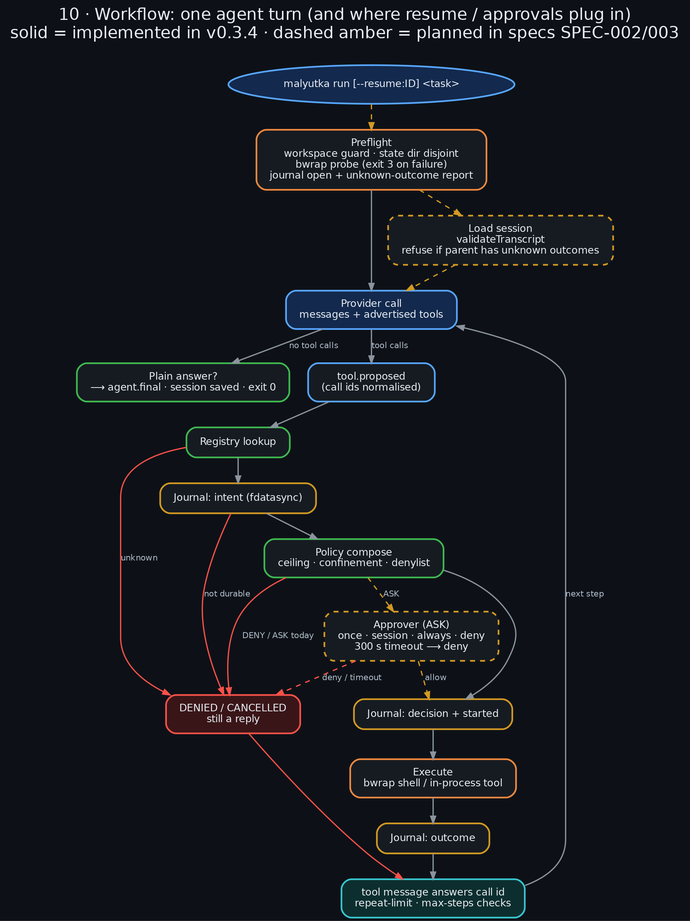
Earlier version of the Graphviz export docs/diagrams/10_workflow.png (danindiana/malyutka). Its source is kept beside it as docs/diagrams/10_workflow.dot.
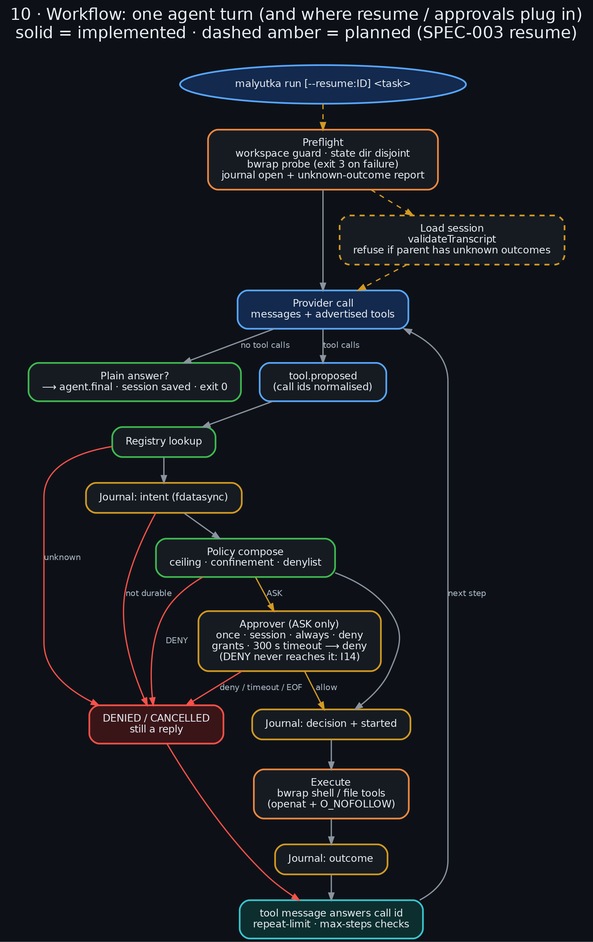
After the change.

The edit, as a diff of the source:
```diff
@@ -1,6 +1,6 @@
 digraph workflow {
     graph [bgcolor="#0d1117", fontname="Helvetica", fontcolor="#e6edf3", labelloc="t", fontsize=20, rankdir=TB,
-           label="10 · Workflow: one agent turn (and where resume / approvals plug in)\nsolid = implemented in v0.3.4 · dashed amber = planned in specs SPEC-002/003\n ", nodesep=0.3, ranksep=0.4];
+           label="10 · Workflow: one agent turn (and where resume / approvals plug in)\nsolid = implemented · dashed amber = planned (SPEC-003 resume)\n ", nodesep=0.3, ranksep=0.4];
     node  [fontname="Helvetica", fontcolor="#e6edf3", color="#30363d", style="filled,rounded", shape=box, penwidth=2, margin="0.22,0.14", fillcolor="#161b22", fontsize=12];
     edge  [color="#8b949e", fontname="Helvetica", fontcolor="#adbac7", penwidth=1.5, arrowsize=0.85, fontsize=10];
 
@@ -13,9 +13,9 @@
     reg [label="Registry lookup", color="#3fb950"];
     j1 [label="Journal: intent (fdatasync)", color="#d29922"];
     pol [label="Policy compose\nceiling · confinement · denylist", color="#3fb950"];
-    approver [label="Approver (ASK)\nonce · session · always · deny\n300 s timeout ⟶ deny", color="#d29922", style="filled,rounded,dashed"];
+    approver [label="Approver (ASK only)\nonce · session · always · deny\ngrants · 300 s timeout ⟶ deny\n(DENY never reaches it: I14)", color="#d29922"];
     j2 [label="Journal: decision + started", color="#d29922"];
-    exec [label="Execute\nbwrap shell / in-process tool", color="#f0883e"];
+    exec [label="Execute\nbwrap shell / file tools\n(openat + O_NOFOLLOW)", color="#f0883e"];
     j3 [label="Journal: outcome", color="#d29922"];
     obs [label="tool message answers call id\nrepeat-limit · max-steps checks", color="#39c5cf", fillcolor="#0d2e2e"];
     deny [label="DENIED / CANCELLED\nstill a reply", color="#f85149", fillcolor="#3a1518"];
@@ -27,11 +27,11 @@
     ask_model -> prop [label="tool calls"];
     prop -> reg -> j1 -> pol -> j2 -> exec -> j3 -> obs;
     obs -> ask_model [label="next step"];
-    pol -> approver [label="ASK", style=dashed, color="#d29922"];
-    approver -> j2 [label="allow", style=dashed, color="#d29922"];
+    pol -> approver [label="ASK", color="#d29922"];
+    approver -> j2 [label="allow", color="#d29922"];
     reg -> deny [label="unknown", color="#f85149"];
     j1 -> deny [label="not durable", color="#f85149"];
-    pol -> deny [label="DENY / ASK today", color="#f85149"];
-    approver -> deny [label="deny / timeout", color="#f85149", style=dashed];
+    pol -> deny [label="DENY", color="#f85149"];
+    approver -> deny [label="deny / timeout / EOF", color="#f85149"];
     deny -> obs [color="#f85149"];
 }
```
